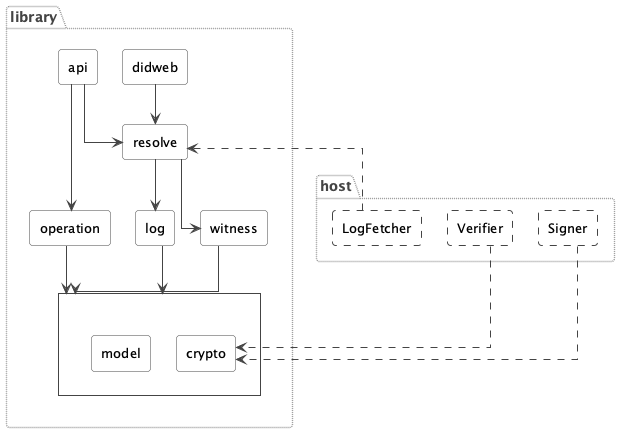
Before: didwebvh-java/docs/diagrams/architecture-overview.png, a diagram exported from PlantUML (european-epc-competence-center/didwebvh).
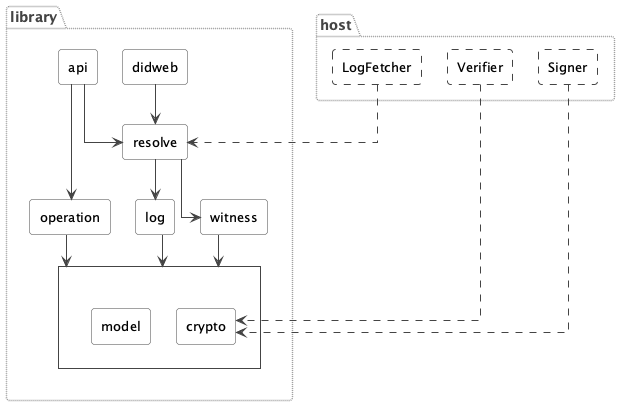
Later version of the same file.

The edit, as a diff of the source:
```diff
@@ -60,16 +60,12 @@
 didweb --> resolve
 
 resolve -[hidden]-> operation
-
-operation --> base
 resolve --> log
 resolve --> witness
+
+witness --> base
 log --> base
-witness --> base
-
-resolve -[hidden]right-> fetcher
-base -[hidden]right-> verifier
-base -[hidden]right-> signer
+operation --> base
 
 fetcher ..> resolve
 verifier ..> crypto
```
